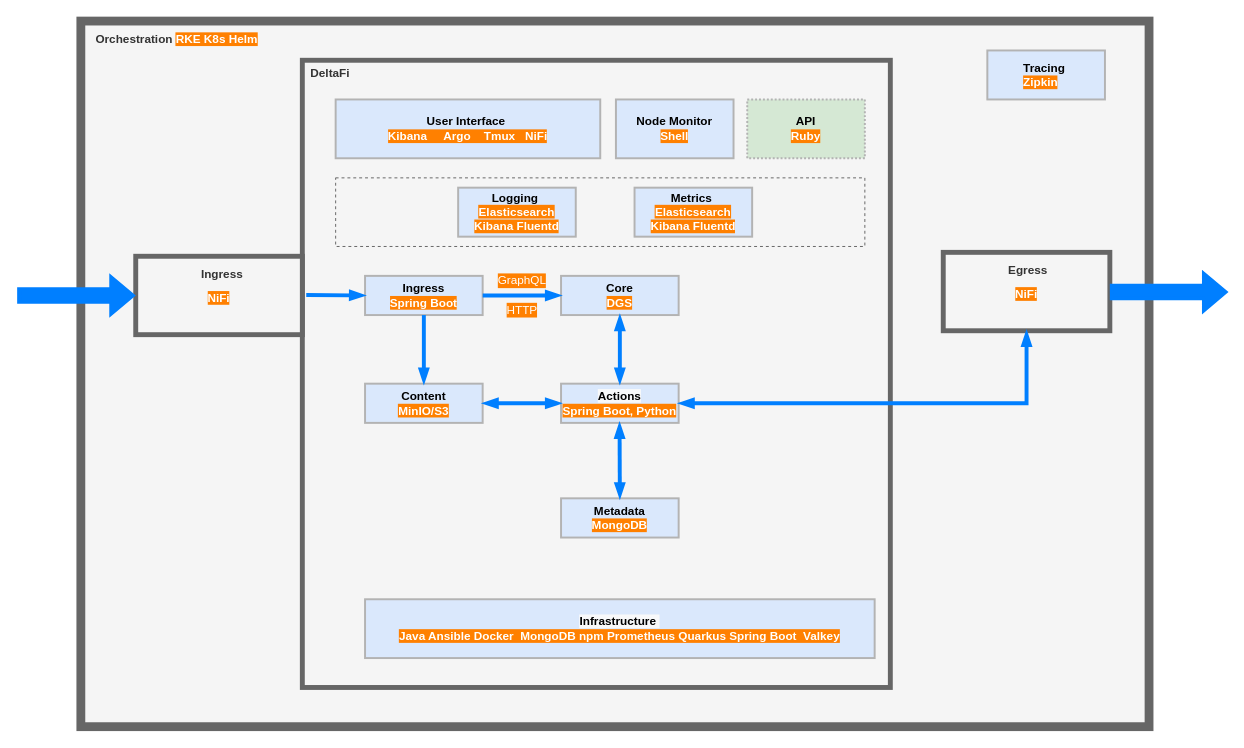
This is deltafi-docs/architecture/TopLevelArchitecture.drawio from deltafi/deltafi, a draw.io file, before an edit. Source tidied: cells renumbered, new cells numbered last; positions are measured from the earlier drawing's top-left corner, leaving out a move shared by most shapes. Both pictures are drawn from the tidied source at 98%, with x=0, y=0 at pixel (17, 21).
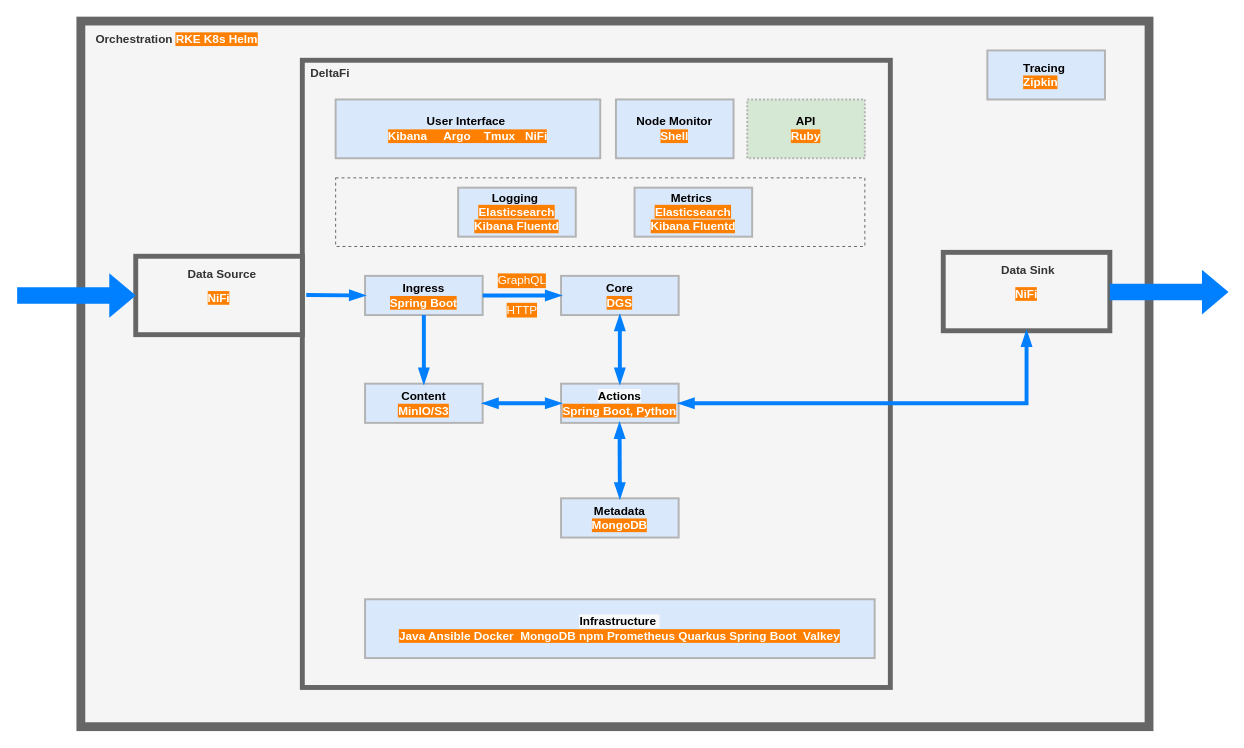
Above is the later version.

Diff of the diagram source:
```diff
@@
-    <mxCell id="11" value="&lt;div&gt;&lt;span style=&quot;line-height: 200%&quot;&gt;&amp;nbsp; Egress&amp;nbsp;&lt;/span&gt;&lt;/div&gt;&lt;div&gt;&lt;span style=&quot;line-height: 200%&quot;&gt;&lt;font color=&quot;#ffffff&quot; style=&quot;background-color: rgb(255 , 128 , 0)&quot;&gt;NiFi&lt;/font&gt;&lt;/span&gt;&lt;/div&gt;" style="rounded=0;whiteSpace=wrap;html=1;align=center;verticalAlign=top;fillColor=#f5f5f5;strokeColor=#666666;fontColor=#333333;strokeWidth=5;fontStyle=1;" parent="1" vertex="1">
+    <mxCell id="11" value="&lt;div&gt;&lt;span style=&quot;line-height: 200%&quot;&gt;&amp;nbsp; Data Sink&amp;nbsp;&lt;/span&gt;&lt;/div&gt;&lt;div&gt;&lt;span style=&quot;line-height: 200%&quot;&gt;&lt;font color=&quot;#ffffff&quot; style=&quot;background-color: rgb(255 , 128 , 0)&quot;&gt;NiFi&lt;/font&gt;&lt;/span&gt;&lt;/div&gt;" style="rounded=0;whiteSpace=wrap;html=1;align=center;verticalAlign=top;fillColor=#f5f5f5;strokeColor=#666666;fontColor=#333333;strokeWidth=5;fontStyle=1;" parent="1" vertex="1">
       <mxGeometry x="945" y="236" width="170" height="80" as="geometry" />
     </mxCell>
-    <mxCell id="12" value="&lt;div&gt;&lt;span style=&quot;line-height: 200%&quot;&gt;&amp;nbsp; Ingress&lt;/span&gt;&lt;/div&gt;&lt;div&gt;&lt;span style=&quot;line-height: 200%&quot;&gt;&lt;font color=&quot;#ffffff&quot; style=&quot;background-color: rgb(255 , 128 , 0)&quot;&gt;NiFi&lt;/font&gt;&lt;/span&gt;&lt;/div&gt;" style="rounded=0;whiteSpace=wrap;html=1;align=center;verticalAlign=top;fillColor=#f5f5f5;strokeColor=#666666;fontColor=#333333;strokeWidth=5;fontStyle=1;" parent="1" vertex="1">
+    <mxCell id="12" value="&lt;div&gt;&lt;span style=&quot;line-height: 200%&quot;&gt;&amp;nbsp; Data Source&lt;/span&gt;&lt;/div&gt;&lt;div&gt;&lt;span style=&quot;line-height: 200%&quot;&gt;&lt;font color=&quot;#ffffff&quot; style=&quot;background-color: rgb(255 , 128 , 0)&quot;&gt;NiFi&lt;/font&gt;&lt;/span&gt;&lt;/div&gt;" style="rounded=0;whiteSpace=wrap;html=1;align=center;verticalAlign=top;fillColor=#f5f5f5;strokeColor=#666666;fontColor=#333333;strokeWidth=5;fontStyle=1;" parent="1" vertex="1">
       <mxGeometry x="121" y="240" width="170" height="80" as="geometry" />
     </mxCell>
```
